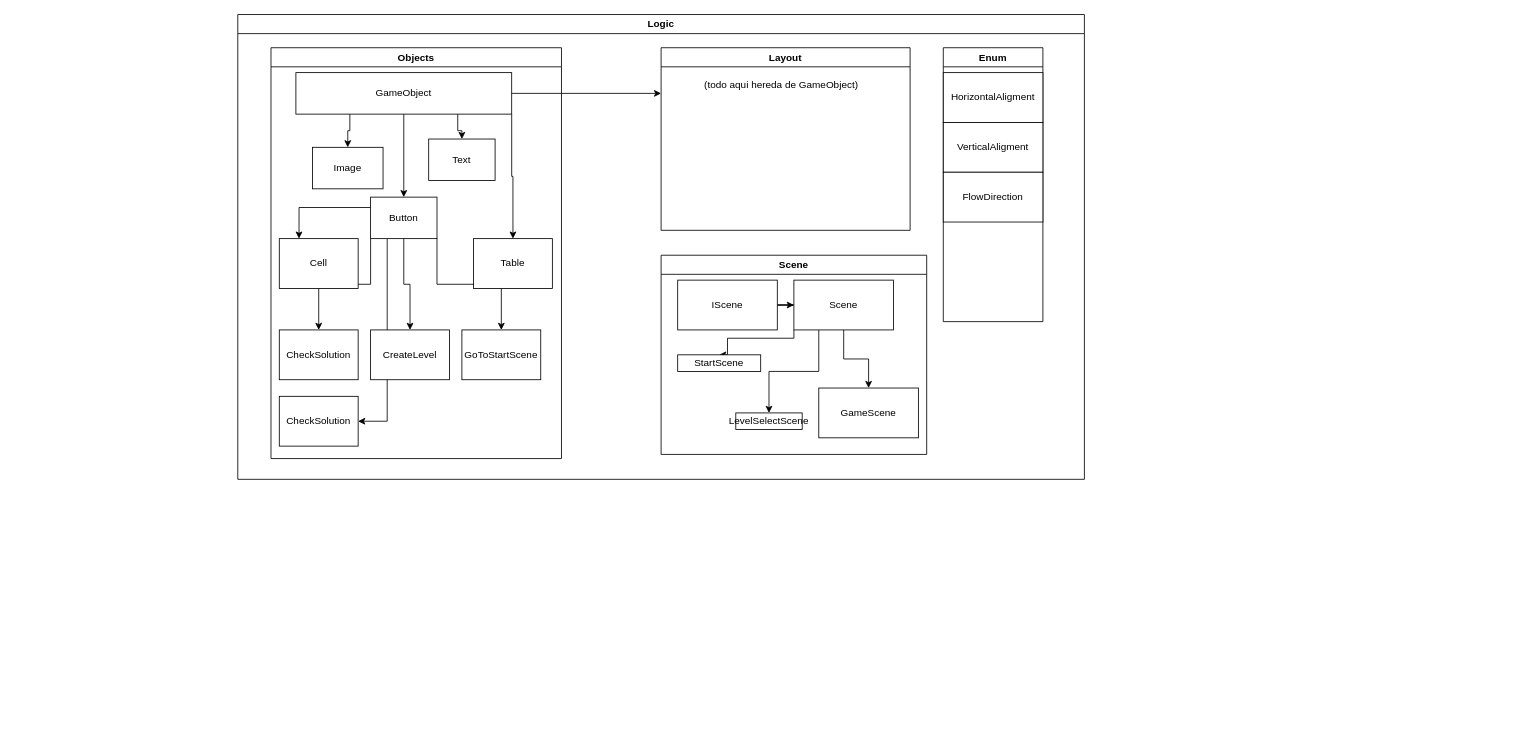
This is p1/Diagrams/Logic.drawio from Amphxros/VDM-Nonograms, a draw.io file, before an edit. Source tidied: cells renumbered, new cells numbered last; positions are measured from the earlier drawing's top-left corner, leaving out a move shared by most shapes. Both pictures are drawn from the tidied source at 83%, with x=0, y=0 at pixel (237, 14).
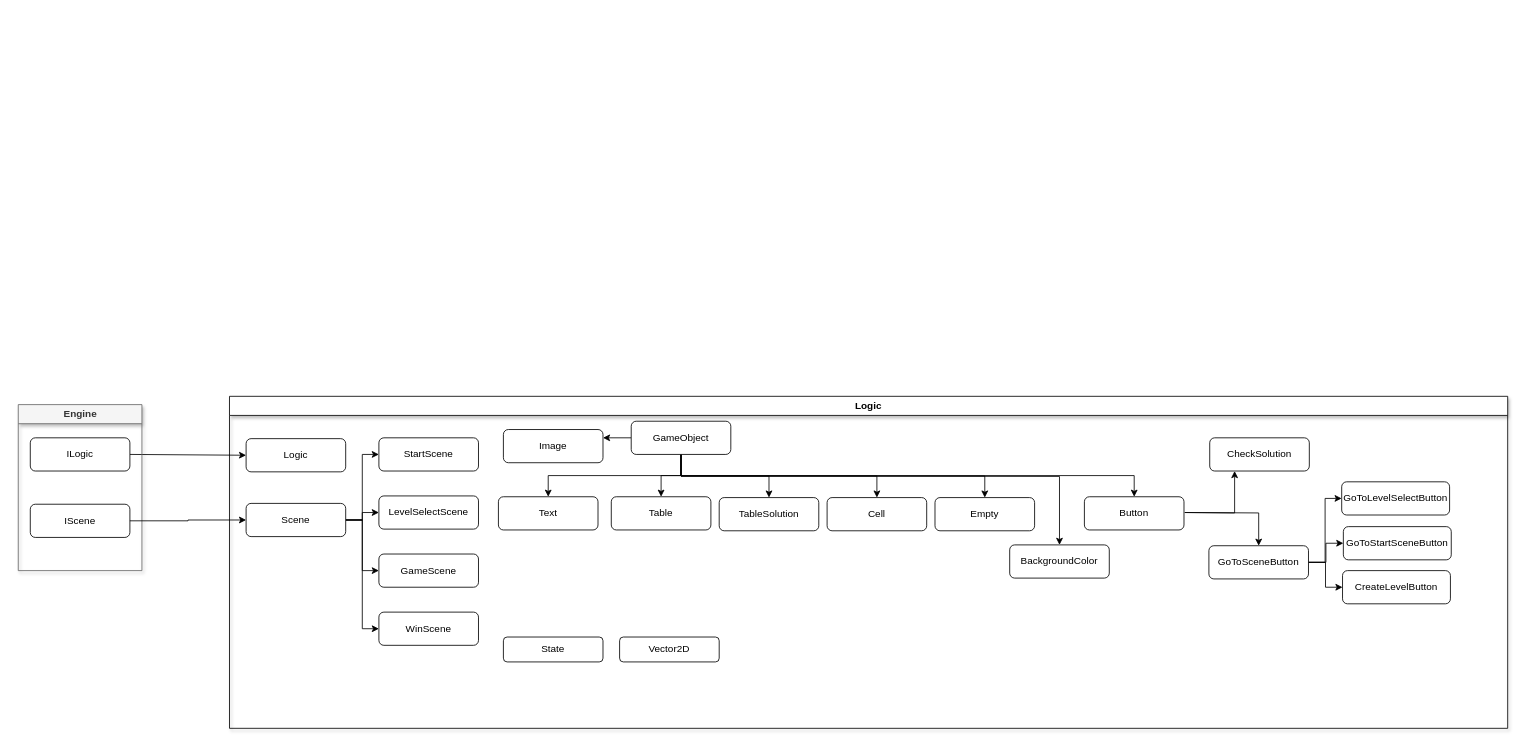
Above is the later version.

Diff of the diagram source:
```diff
@@
-    <mxCell id="0" />
-    <mxCell id="1" parent="0" />
-    <mxCell id="2" value="Logic" style="swimlane;whiteSpace=wrap;html=1;swimlaneLine=1;" parent="1" vertex="1">
-      <mxGeometry width="1020" height="560" as="geometry" />
-    </mxCell>
-    <mxCell id="3" value="Layout" style="swimlane;whiteSpace=wrap;html=1;startSize=23;" parent="2" vertex="1">
-      <mxGeometry x="510" y="40" width="300" height="220" as="geometry" />
-    </mxCell>
-    <mxCell id="4" value="(todo aqui hereda de GameObject)" style="text;html=1;strokeColor=none;fillColor=none;align=center;verticalAlign=middle;whiteSpace=wrap;rounded=0;" parent="3" vertex="1">
-      <mxGeometry x="30" y="30" width="230" height="30" as="geometry" />
-    </mxCell>
-    <mxCell id="5" value="Objects" style="swimlane;whiteSpace=wrap;html=1;" parent="2" vertex="1">
-      <mxGeometry x="40" y="40" width="350" height="495" as="geometry" />
-    </mxCell>
-    <mxCell id="6" style="edgeStyle=orthogonalEdgeStyle;rounded=0;jettySize=auto;html=1;exitX=0.5;exitY=1;exitDx=0;exitDy=0;" parent="5" edge="1" source="10" target="17">
-      <mxGeometry relative="1" as="geometry" />
-    </mxCell>
-    <mxCell id="7" style="edgeStyle=orthogonalEdgeStyle;rounded=0;jettySize=auto;html=1;exitX=0.25;exitY=1;exitDx=0;exitDy=0;" parent="5" edge="1" source="10" target="11">
-      <mxGeometry relative="1" as="geometry" />
-    </mxCell>
-    <mxCell id="8" style="edgeStyle=orthogonalEdgeStyle;rounded=0;jettySize=auto;html=1;exitX=0.75;exitY=1;exitDx=0;exitDy=0;" parent="5" edge="1" source="10" target="18">
-      <mxGeometry relative="1" as="geometry" />
-    </mxCell>
-    <mxCell id="9" style="edgeStyle=orthogonalEdgeStyle;rounded=0;jettySize=auto;html=1;exitX=1;exitY=1;exitDx=0;exitDy=0;" parent="5" edge="1" source="10" target="20">
-      <mxGeometry relative="1" as="geometry" />
-    </mxCell>
-    <mxCell id="10" value="GameObject" style="rounded=0;whiteSpace=wrap;html=1;" parent="5" vertex="1">
-      <mxGeometry x="30" y="30" width="260" height="50" as="geometry" />
-    </mxCell>
-    <mxCell id="11" value="Image" style="rounded=0;whiteSpace=wrap;html=1;" parent="5" vertex="1">
-      <mxGeometry x="50" y="120" width="85" height="50" as="geometry" />
-    </mxCell>
-    <mxCell id="12" style="edgeStyle=orthogonalEdgeStyle;rounded=0;jettySize=auto;html=1;exitX=0;exitY=0.25;exitDx=0;exitDy=0;entryX=0.25;entryY=0;entryDx=0;entryDy=0;" parent="5" edge="1" source="17" target="19">
-      <mxGeometry relative="1" as="geometry" />
-    </mxCell>
-    <mxCell id="13" style="edgeStyle=orthogonalEdgeStyle;rounded=0;jettySize=auto;html=1;exitX=0;exitY=1;exitDx=0;exitDy=0;" parent="5" edge="1" source="17" target="21">
-      <mxGeometry relative="1" as="geometry" />
-    </mxCell>
-    <mxCell id="14" style="edgeStyle=orthogonalEdgeStyle;rounded=0;jettySize=auto;html=1;exitX=0.5;exitY=1;exitDx=0;exitDy=0;" parent="5" edge="1" source="17" target="22">
-      <mxGeometry relative="1" as="geometry" />
-    </mxCell>
-    <mxCell id="15" style="edgeStyle=orthogonalEdgeStyle;rounded=0;jettySize=auto;html=1;exitX=1;exitY=1;exitDx=0;exitDy=0;entryX=0.5;entryY=0;entryDx=0;entryDy=0;" parent="5" edge="1" source="17" target="23">
-      <mxGeometry relative="1" as="geometry" />
-    </mxCell>
-    <mxCell id="16" style="edgeStyle=orthogonalEdgeStyle;rounded=0;jettySize=auto;html=1;exitX=0.25;exitY=1;exitDx=0;exitDy=0;entryX=1;entryY=0.5;entryDx=0;entryDy=0;" parent="5" edge="1" source="17" target="24">
-      <mxGeometry relative="1" as="geometry" />
-    </mxCell>
-    <mxCell id="17" value="Button" style="rounded=0;whiteSpace=wrap;html=1;" parent="5" vertex="1">
-      <mxGeometry x="120" y="180" width="80" height="50" as="geometry" />
-    </mxCell>
-    <mxCell id="18" value="Text" style="rounded=0;whiteSpace=wrap;html=1;" parent="5" vertex="1">
-      <mxGeometry x="190" y="110" width="80" height="50" as="geometry" />
-    </mxCell>
-    <mxCell id="19" value="Cell" style="rounded=0;whiteSpace=wrap;html=1;" parent="5" vertex="1">
-      <mxGeometry x="10" y="230" width="95" height="60" as="geometry" />
-    </mxCell>
-    <mxCell id="20" value="Table" style="rounded=0;whiteSpace=wrap;html=1;" parent="5" vertex="1">
-      <mxGeometry x="244" y="230" width="95" height="60" as="geometry" />
-    </mxCell>
-    <mxCell id="21" value="CheckSolution" style="rounded=0;whiteSpace=wrap;html=1;" parent="5" vertex="1">
-      <mxGeometry x="10" y="340" width="95" height="60" as="geometry" />
-    </mxCell>
-    <mxCell id="22" value="CreateLevel" style="rounded=0;whiteSpace=wrap;html=1;" parent="5" vertex="1">
-      <mxGeometry x="120" y="340" width="95" height="60" as="geometry" />
-    </mxCell>
-    <mxCell id="23" value="GoToStartScene" style="rounded=0;whiteSpace=wrap;html=1;" parent="5" vertex="1">
-      <mxGeometry x="230" y="340" width="95" height="60" as="geometry" />
-    </mxCell>
-    <mxCell id="24" value="CheckSolution" style="rounded=0;whiteSpace=wrap;html=1;" parent="5" vertex="1">
-      <mxGeometry x="10" y="420" width="95" height="60" as="geometry" />
-    </mxCell>
-    <mxCell id="25" value="Scene" style="swimlane;whiteSpace=wrap;html=1;startSize=23;" parent="2" vertex="1">
-      <mxGeometry x="510" y="290" width="320" height="240" as="geometry" />
-    </mxCell>
-    <mxCell id="26" style="edgeStyle=orthogonalEdgeStyle;rounded=0;jettySize=auto;html=1;exitX=1;exitY=0.5;exitDx=0;exitDy=0;" parent="25" edge="1" source="27" target="31">
-      <mxGeometry relative="1" as="geometry" />
-    </mxCell>
-    <mxCell id="27" value="IScene" style="rounded=0;whiteSpace=wrap;html=1;" parent="25" vertex="1">
-      <mxGeometry x="20" y="30" width="120" height="60" as="geometry" />
-    </mxCell>
-    <mxCell id="28" style="edgeStyle=orthogonalEdgeStyle;rounded=0;jettySize=auto;html=1;exitX=0;exitY=1;exitDx=0;exitDy=0;entryX=0.5;entryY=0;entryDx=0;entryDy=0;" parent="25" edge="1" source="31" target="32">
-      <mxGeometry relative="1" as="geometry">
-        <Array as="points">
-          <mxPoint x="160" y="100" />
-          <mxPoint x="80" y="100" />
-        </Array>
-      </mxGeometry>
-    </mxCell>
-    <mxCell id="29" style="edgeStyle=orthogonalEdgeStyle;rounded=0;jettySize=auto;html=1;exitX=0.25;exitY=1;exitDx=0;exitDy=0;" parent="25" edge="1" source="31" target="33">
-      <mxGeometry relative="1" as="geometry" />
-    </mxCell>
-    <mxCell id="30" style="edgeStyle=orthogonalEdgeStyle;rounded=0;jettySize=auto;html=1;exitX=0.5;exitY=1;exitDx=0;exitDy=0;" parent="25" edge="1" source="31" target="34">
-      <mxGeometry relative="1" as="geometry" />
-    </mxCell>
-    <mxCell id="31" value="Scene" style="rounded=0;whiteSpace=wrap;html=1;" parent="25" vertex="1">
-      <mxGeometry x="160" y="30" width="120" height="60" as="geometry" />
-    </mxCell>
+    <mxCell id="40" />
+    <mxCell id="41" parent="40" />
+    <mxCell id="42" value="Logic" style="swimlane;whiteSpace=wrap;html=1;shadow=1;" parent="41" vertex="1">
+      <mxGeometry x="-10" y="460" width="1540" height="400" as="geometry" />
+    </mxCell>
+    <mxCell id="43" value="Logic" style="rounded=1;whiteSpace=wrap;html=1;" parent="42" vertex="1">
+      <mxGeometry x="20" y="51" width="120" height="40" as="geometry" />
+    </mxCell>
+    <mxCell id="44" style="edgeStyle=orthogonalEdgeStyle;rounded=0;jettySize=auto;html=1;exitX=1;exitY=0.5;exitDx=0;exitDy=0;entryX=0;entryY=0.5;entryDx=0;entryDy=0;" parent="42" edge="1" source="48" target="32">
+      <mxGeometry relative="1" as="geometry" />
+    </mxCell>
+    <mxCell id="45" style="edgeStyle=orthogonalEdgeStyle;rounded=0;jettySize=auto;html=1;exitX=1;exitY=0.5;exitDx=0;exitDy=0;entryX=0;entryY=0.5;entryDx=0;entryDy=0;" parent="42" edge="1" source="48" target="33">
+      <mxGeometry relative="1" as="geometry" />
+    </mxCell>
+    <mxCell id="46" style="edgeStyle=orthogonalEdgeStyle;rounded=0;jettySize=auto;html=1;exitX=1;exitY=0.5;exitDx=0;exitDy=0;entryX=0;entryY=0.5;entryDx=0;entryDy=0;" parent="42" edge="1" source="48" target="34">
+      <mxGeometry relative="1" as="geometry" />
+    </mxCell>
+    <mxCell id="47" style="edgeStyle=orthogonalEdgeStyle;rounded=0;jettySize=auto;html=1;exitX=1;exitY=0.5;exitDx=0;exitDy=0;entryX=0;entryY=0.5;entryDx=0;entryDy=0;" parent="42" edge="1" source="48" target="49">
+      <mxGeometry relative="1" as="geometry" />
+    </mxCell>
+    <mxCell id="48" value="Scene" style="rounded=1;whiteSpace=wrap;html=1;" parent="42" vertex="1">
+      <mxGeometry x="20" y="129" width="120" height="40" as="geometry" />
+    </mxCell>
-    <mxCell id="32" value="StartScene" style="rounded=0;whiteSpace=wrap;html=1;" parent="25" vertex="1">
-      <mxGeometry x="20" y="120" width="100" height="20" as="geometry" />
+    <mxCell id="32" value="StartScene" style="rounded=1;whiteSpace=wrap;html=1;" parent="42" vertex="1">
+      <mxGeometry x="180" y="50" width="120" height="40" as="geometry" />
     </mxCell>
-    <mxCell id="33" value="LevelSelectScene" style="rounded=0;whiteSpace=wrap;html=1;" parent="25" vertex="1">
-      <mxGeometry x="90" y="190" width="80" height="20" as="geometry" />
+    <mxCell id="33" value="LevelSelectScene" style="rounded=1;whiteSpace=wrap;html=1;" parent="42" vertex="1">
+      <mxGeometry x="180" y="120" width="120" height="40" as="geometry" />
     </mxCell>
-    <mxCell id="34" value="GameScene" style="rounded=0;whiteSpace=wrap;html=1;" parent="25" vertex="1">
-      <mxGeometry x="190" y="160" width="120" height="60" as="geometry" />
+    <mxCell id="34" value="GameScene" style="rounded=1;whiteSpace=wrap;html=1;" parent="42" vertex="1">
+      <mxGeometry x="180" y="190" width="120" height="40" as="geometry" />
     </mxCell>
-    <mxCell id="35" style="edgeStyle=orthogonalEdgeStyle;rounded=0;jettySize=auto;html=1;exitX=1;exitY=0.5;exitDx=0;exitDy=0;entryX=0;entryY=0.25;entryDx=0;entryDy=0;" parent="2" edge="1" source="10" target="3">
-      <mxGeometry relative="1" as="geometry" />
-    </mxCell>
-    <mxCell id="36" value="Enum" style="swimlane;whiteSpace=wrap;html=1;startSize=23;" parent="2" vertex="1">
-      <mxGeometry x="850" y="40" width="120" height="330" as="geometry" />
-    </mxCell>
-    <mxCell id="37" value="HorizontalAligment" style="rounded=0;whiteSpace=wrap;html=1;" parent="36" vertex="1">
-      <mxGeometry y="30" width="120" height="60" as="geometry" />
-    </mxCell>
-    <mxCell id="38" value="VerticalAligment" style="rounded=0;whiteSpace=wrap;html=1;" parent="36" vertex="1">
-      <mxGeometry y="90" width="120" height="60" as="geometry" />
-    </mxCell>
-    <mxCell id="39" value="FlowDirection" style="rounded=0;whiteSpace=wrap;html=1;" parent="36" vertex="1">
-      <mxGeometry y="150" width="120" height="60" as="geometry" />
-    </mxCell>
+    <mxCell id="49" value="WinScene" style="rounded=1;whiteSpace=wrap;html=1;" parent="42" vertex="1">
+      <mxGeometry x="180" y="260" width="120" height="40" as="geometry" />
+    </mxCell>
+    <mxCell id="50" style="edgeStyle=orthogonalEdgeStyle;rounded=0;jettySize=auto;html=1;exitX=1;exitY=0.5;exitDx=0;exitDy=0;entryX=0.25;entryY=1;entryDx=0;entryDy=0;" parent="42" edge="1" target="52">
+      <mxGeometry relative="1" as="geometry">
+        <mxPoint x="1151" y="140" as="sourcePoint" />
+      </mxGeometry>
+    </mxCell>
+    <mxCell id="51" style="edgeStyle=orthogonalEdgeStyle;rounded=0;jettySize=auto;html=1;exitX=1;exitY=0.5;exitDx=0;exitDy=0;entryX=0.5;entryY=0;entryDx=0;entryDy=0;" parent="42" edge="1" target="56">
+      <mxGeometry relative="1" as="geometry">
+        <mxPoint x="1151" y="140" as="sourcePoint" />
+      </mxGeometry>
+    </mxCell>
+    <mxCell id="17" value="Button" style="rounded=1;whiteSpace=wrap;html=1;" parent="42" vertex="1">
+      <mxGeometry x="1030" y="121" width="120" height="40" as="geometry" />
+    </mxCell>
+    <mxCell id="52" value="CheckSolution" style="rounded=1;whiteSpace=wrap;html=1;" parent="42" vertex="1">
+      <mxGeometry x="1181" y="50" width="120" height="40" as="geometry" />
+    </mxCell>
+    <mxCell id="53" style="edgeStyle=orthogonalEdgeStyle;rounded=0;jettySize=auto;html=1;exitX=1;exitY=0.5;exitDx=0;exitDy=0;entryX=0;entryY=0.5;entryDx=0;entryDy=0;" parent="42" edge="1" source="56" target="59">
+      <mxGeometry relative="1" as="geometry" />
+    </mxCell>
+    <mxCell id="54" style="edgeStyle=orthogonalEdgeStyle;rounded=0;jettySize=auto;html=1;exitX=1;exitY=0.5;exitDx=0;exitDy=0;entryX=0;entryY=0.5;entryDx=0;entryDy=0;" parent="42" edge="1" source="56" target="57">
+      <mxGeometry relative="1" as="geometry" />
+    </mxCell>
+    <mxCell id="55" style="edgeStyle=orthogonalEdgeStyle;rounded=0;jettySize=auto;html=1;exitX=1;exitY=0.5;exitDx=0;exitDy=0;entryX=0;entryY=0.5;entryDx=0;entryDy=0;" parent="42" edge="1" source="56" target="58">
+      <mxGeometry relative="1" as="geometry" />
+    </mxCell>
+    <mxCell id="56" value="GoToSceneButton" style="rounded=1;whiteSpace=wrap;html=1;" parent="42" vertex="1">
+      <mxGeometry x="1180" y="180" width="120" height="40" as="geometry" />
+    </mxCell>
+    <mxCell id="57" value="GoToLevelSelectButton" style="rounded=1;whiteSpace=wrap;html=1;" parent="42" vertex="1">
+      <mxGeometry x="1340" y="103" width="130" height="40" as="geometry" />
+    </mxCell>
+    <mxCell id="58" value="GoToStartSceneButton" style="rounded=1;whiteSpace=wrap;html=1;" parent="42" vertex="1">
+      <mxGeometry x="1342" y="157" width="130" height="40" as="geometry" />
+    </mxCell>
+    <mxCell id="59" value="CreateLevelButton" style="rounded=1;whiteSpace=wrap;html=1;" parent="42" vertex="1">
+      <mxGeometry x="1341" y="210" width="130" height="40" as="geometry" />
+    </mxCell>
+    <mxCell id="6" style="edgeStyle=orthogonalEdgeStyle;rounded=0;jettySize=auto;html=1;exitX=0.5;exitY=1;exitDx=0;exitDy=0;entryX=0.5;entryY=0;entryDx=0;entryDy=0;" parent="42" edge="1" source="10" target="17">
+      <mxGeometry relative="1" as="geometry" />
+    </mxCell>
+    <mxCell id="8" style="edgeStyle=orthogonalEdgeStyle;rounded=0;jettySize=auto;html=1;exitX=0.5;exitY=1;exitDx=0;exitDy=0;entryX=0.5;entryY=0;entryDx=0;entryDy=0;" parent="42" edge="1" source="10" target="18">
+      <mxGeometry relative="1" as="geometry" />
+    </mxCell>
+    <mxCell id="7" style="edgeStyle=orthogonalEdgeStyle;rounded=0;jettySize=auto;html=1;exitX=0;exitY=0.5;exitDx=0;exitDy=0;entryX=1;entryY=0.25;entryDx=0;entryDy=0;" parent="42" edge="1" source="10" target="11">
+      <mxGeometry relative="1" as="geometry" />
+    </mxCell>
+    <mxCell id="9" style="edgeStyle=orthogonalEdgeStyle;rounded=0;jettySize=auto;html=1;exitX=0.5;exitY=1;exitDx=0;exitDy=0;" parent="42" edge="1" source="10" target="20">
+      <mxGeometry relative="1" as="geometry" />
+    </mxCell>
+    <mxCell id="60" style="edgeStyle=orthogonalEdgeStyle;rounded=0;jettySize=auto;html=1;exitX=0.5;exitY=1;exitDx=0;exitDy=0;" parent="42" edge="1" source="10" target="64">
+      <mxGeometry relative="1" as="geometry" />
+    </mxCell>
+    <mxCell id="61" style="edgeStyle=orthogonalEdgeStyle;rounded=0;jettySize=auto;html=1;exitX=0.5;exitY=1;exitDx=0;exitDy=0;" parent="42" edge="1" source="10" target="19">
+      <mxGeometry relative="1" as="geometry" />
+    </mxCell>
+    <mxCell id="62" style="edgeStyle=orthogonalEdgeStyle;rounded=0;jettySize=auto;html=1;exitX=0.5;exitY=1;exitDx=0;exitDy=0;entryX=0.5;entryY=0;entryDx=0;entryDy=0;" parent="42" edge="1" source="10" target="65">
+      <mxGeometry relative="1" as="geometry" />
+    </mxCell>
+    <mxCell id="63" style="edgeStyle=orthogonalEdgeStyle;rounded=0;jettySize=auto;html=1;exitX=0.5;exitY=1;exitDx=0;exitDy=0;entryX=0.5;entryY=0;entryDx=0;entryDy=0;" parent="42" edge="1" target="68">
+      <mxGeometry relative="1" as="geometry">
+        <mxPoint x="544" y="96" as="sourcePoint" />
+      </mxGeometry>
+    </mxCell>
+    <mxCell id="10" value="GameObject" style="rounded=1;whiteSpace=wrap;html=1;" parent="42" vertex="1">
+      <mxGeometry x="484" y="30" width="120" height="40" as="geometry" />
+    </mxCell>
+    <mxCell id="18" value="Text" style="rounded=1;whiteSpace=wrap;html=1;" parent="42" vertex="1">
+      <mxGeometry x="324" y="121" width="120" height="40" as="geometry" />
+    </mxCell>
+    <mxCell id="11" value="Image" style="rounded=1;whiteSpace=wrap;html=1;" parent="42" vertex="1">
+      <mxGeometry x="330" y="40" width="120" height="40" as="geometry" />
+    </mxCell>
+    <mxCell id="20" value="Table" style="rounded=1;whiteSpace=wrap;html=1;" parent="42" vertex="1">
+      <mxGeometry x="460" y="121" width="120" height="40" as="geometry" />
+    </mxCell>
+    <mxCell id="64" value="TableSolution" style="rounded=1;whiteSpace=wrap;html=1;" parent="42" vertex="1">
+      <mxGeometry x="590" y="122" width="120" height="40" as="geometry" />
+    </mxCell>
+    <mxCell id="19" value="Cell" style="rounded=1;whiteSpace=wrap;html=1;" parent="42" vertex="1">
+      <mxGeometry x="720" y="122" width="120" height="40" as="geometry" />
+    </mxCell>
+    <mxCell id="65" value="Empty" style="rounded=1;whiteSpace=wrap;html=1;" parent="42" vertex="1">
+      <mxGeometry x="850" y="122" width="120" height="40" as="geometry" />
+    </mxCell>
+    <mxCell id="66" value="State" style="rounded=1;whiteSpace=wrap;html=1;" parent="42" vertex="1">
+      <mxGeometry x="330" y="290" width="120" height="30" as="geometry" />
+    </mxCell>
+    <mxCell id="67" value="Vector2D" style="rounded=1;whiteSpace=wrap;html=1;" parent="42" vertex="1">
+      <mxGeometry x="470" y="290" width="120" height="30" as="geometry" />
+    </mxCell>
+    <mxCell id="68" value="BackgroundColor" style="rounded=1;whiteSpace=wrap;html=1;" parent="42" vertex="1">
+      <mxGeometry x="940" y="179" width="120" height="40" as="geometry" />
+    </mxCell>
+    <mxCell id="69" style="endArrow=classic;html=1;rounded=0;entryX=0;entryY=0.5;entryDx=0;entryDy=0;" parent="41" edge="1" target="43">
+      <mxGeometry relative="1" as="geometry">
+        <mxPoint x="-130" y="530" as="sourcePoint" />
+      </mxGeometry>
+    </mxCell>
+    <mxCell id="70" value="ILogic" style="rounded=1;whiteSpace=wrap;html=1;" parent="41" vertex="1">
+      <mxGeometry x="-250" y="510" width="120" height="40" as="geometry" />
+    </mxCell>
+    <mxCell id="71" value="Engine" style="swimlane;whiteSpace=wrap;html=1;fillColor=#f5f5f5;fontColor=#333333;strokeColor=#666666;shadow=1;" parent="41" vertex="1">
+      <mxGeometry x="-264.5" y="470" width="149" height="200" as="geometry" />
+    </mxCell>
+    <mxCell id="27" value="IScene" style="rounded=1;whiteSpace=wrap;html=1;" parent="71" vertex="1">
+      <mxGeometry x="14.5" y="120" width="120" height="40" as="geometry" />
+    </mxCell>
+    <mxCell id="72" style="edgeStyle=orthogonalEdgeStyle;rounded=0;jettySize=auto;html=1;exitX=1;exitY=0.5;exitDx=0;exitDy=0;entryX=0;entryY=0.5;entryDx=0;entryDy=0;" parent="41" edge="1" source="27" target="48">
+      <mxGeometry relative="1" as="geometry" />
+    </mxCell>
```
